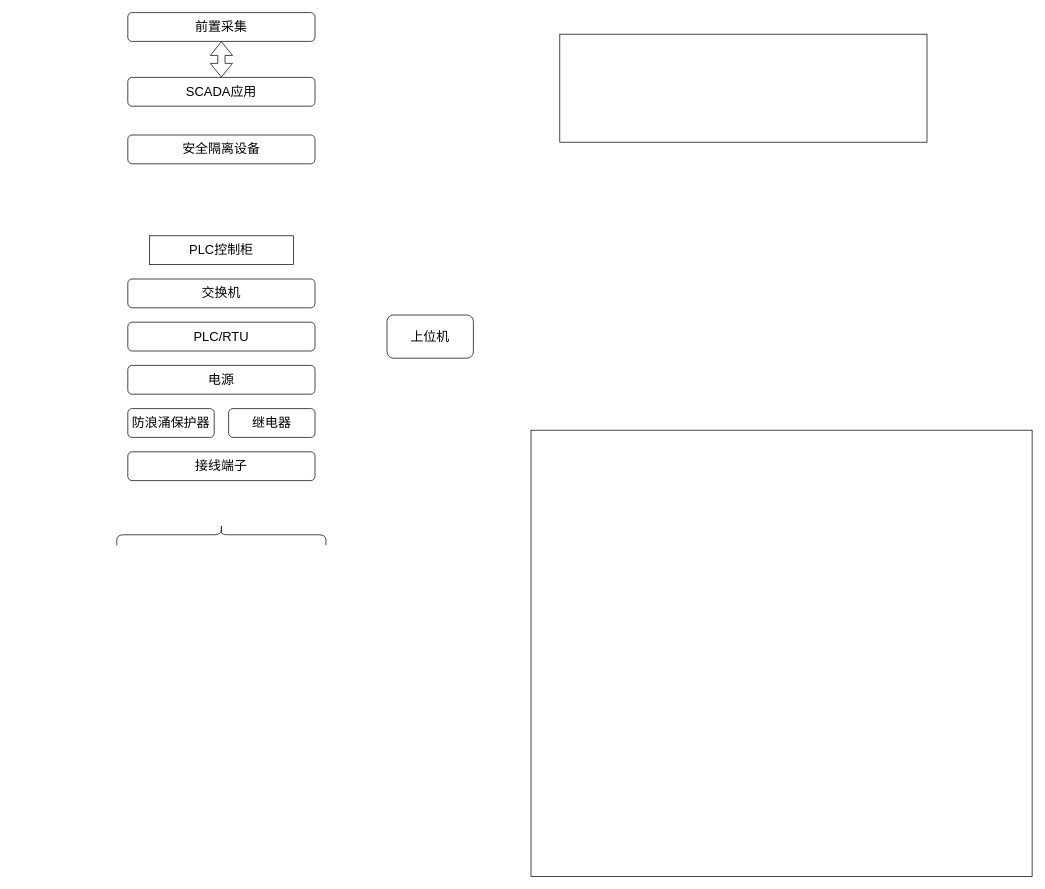
Abccccd/-2 keeps this draw.io diagram as 典型的SCADA架构.drawio. Above is the earlier version. Source tidied: cells renumbered, new cells numbered last; positions are measured from the earlier drawing's top-left corner, leaving out a move shared by most shapes. Both pictures are drawn from the tidied source at 72%, with x=0, y=0 at pixel (127, 12).
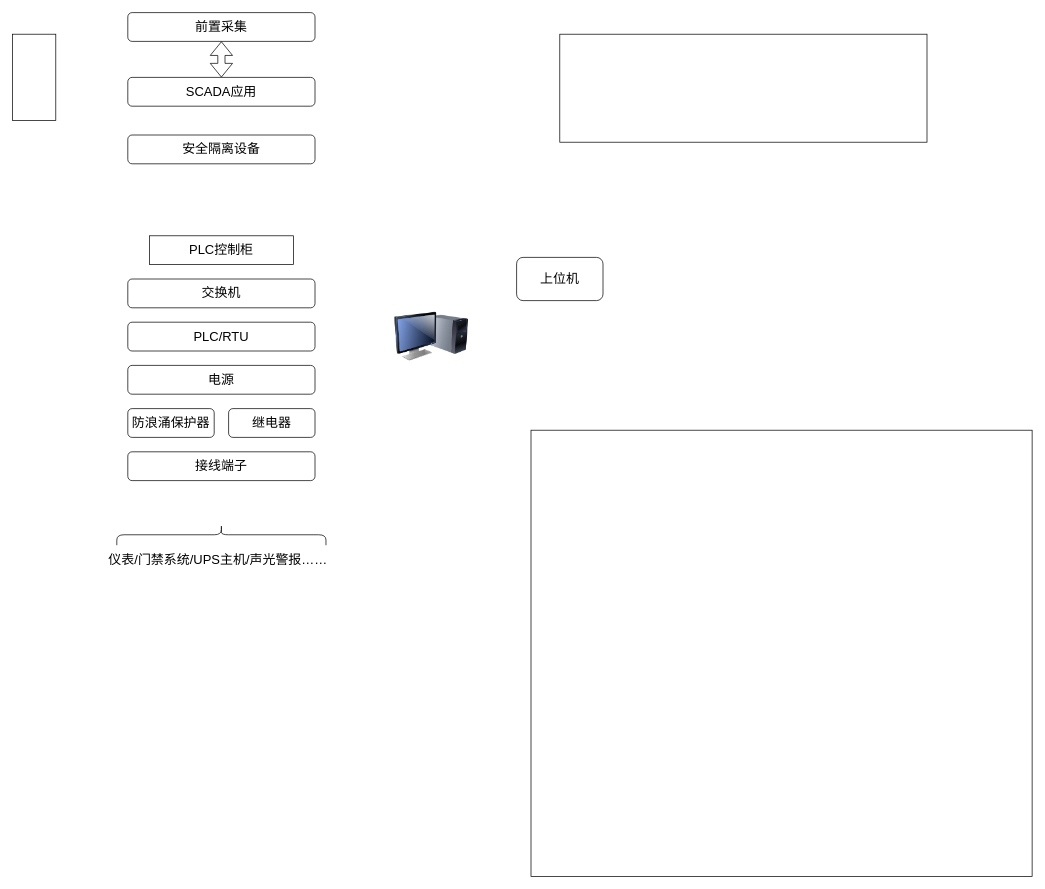
After the change.

Commit message:
更新典型的SCADA架构.drawio

What changed in the source:
```diff
@@
     <mxCell id="14" value="&lt;span style=&quot;font-size: 18px;&quot;&gt;上位机&lt;/span&gt;" style="rounded=1;whiteSpace=wrap;html=1;" parent="1" vertex="1">
-      <mxGeometry x="360" y="420" width="120" height="60" as="geometry" />
+      <mxGeometry x="540" y="340" width="120" height="60" as="geometry" />
     </mxCell>
@@
+    <mxCell id="17" style="image;html=1;image=img/lib/clip_art/computers/Monitor_Tower_128x128.png;" parent="1" vertex="1">
+      <mxGeometry x="370" y="407.5" width="103" height="85" as="geometry" />
+    </mxCell>
+    <mxCell id="18" value="&lt;font style=&quot;font-size: 18px;&quot;&gt;仪表/门禁系统/UPS主机/声光警报……&lt;/font&gt;" style="text;html=1;align=center;verticalAlign=middle;strokeColor=none;fillColor=none;" parent="1" vertex="1">
+      <mxGeometry x="-40" y="740" width="330" height="40" as="geometry" />
+    </mxCell>
+    <mxCell id="19" style="rounded=0;whiteSpace=wrap;html=1;" parent="1" vertex="1">
+      <mxGeometry x="-160" y="30" width="60" height="120" as="geometry" />
+    </mxCell>
```
